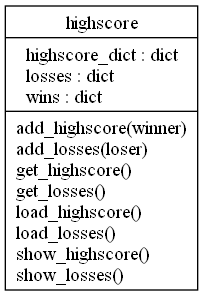
The Graphviz diagram classes.png in FriddeFrid91/Pig_Game, before a commit. Its source is kept beside it as classes.dot.
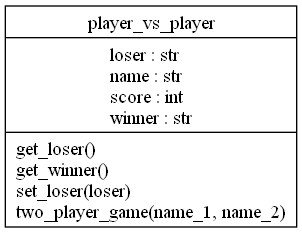
Above is the later version.

Change to the diagram source:
```diff
@@ -1,5 +1,5 @@
 digraph "classes" {
 rankdir=BT
 charset="utf-8"
-"Pig_Game.highscore.highscore" [color="black", fontcolor="black", label=<{highscore|highscore_dict : dict<br ALIGN="LEFT"/>losses : dict<br ALIGN="LEFT"/>wins : dict<br ALIGN="LEFT"/>|add_highscore(winner)<br ALIGN="LEFT"/>add_losses(loser)<br ALIGN="LEFT"/>get_highscore()<br ALIGN="LEFT"/>get_losses()<br ALIGN="LEFT"/>load_highscore()<br ALIGN="LEFT"/>load_losses()<br ALIGN="LEFT"/>show_highscore()<br ALIGN="LEFT"/>show_losses()<br ALIGN="LEFT"/>}>, shape="record", style="solid"];
+"Pig_Game.player_vs_player.player_vs_player" [color="black", fontcolor="black", label=<{player_vs_player|loser : str<br ALIGN="LEFT"/>name : str<br ALIGN="LEFT"/>score : int<br ALIGN="LEFT"/>winner : str<br ALIGN="LEFT"/>|get_loser()<br ALIGN="LEFT"/>get_winner()<br ALIGN="LEFT"/>set_loser(loser)<br ALIGN="LEFT"/>two_player_game(name_1, name_2)<br ALIGN="LEFT"/>}>, shape="record", style="solid"];
 }
```
